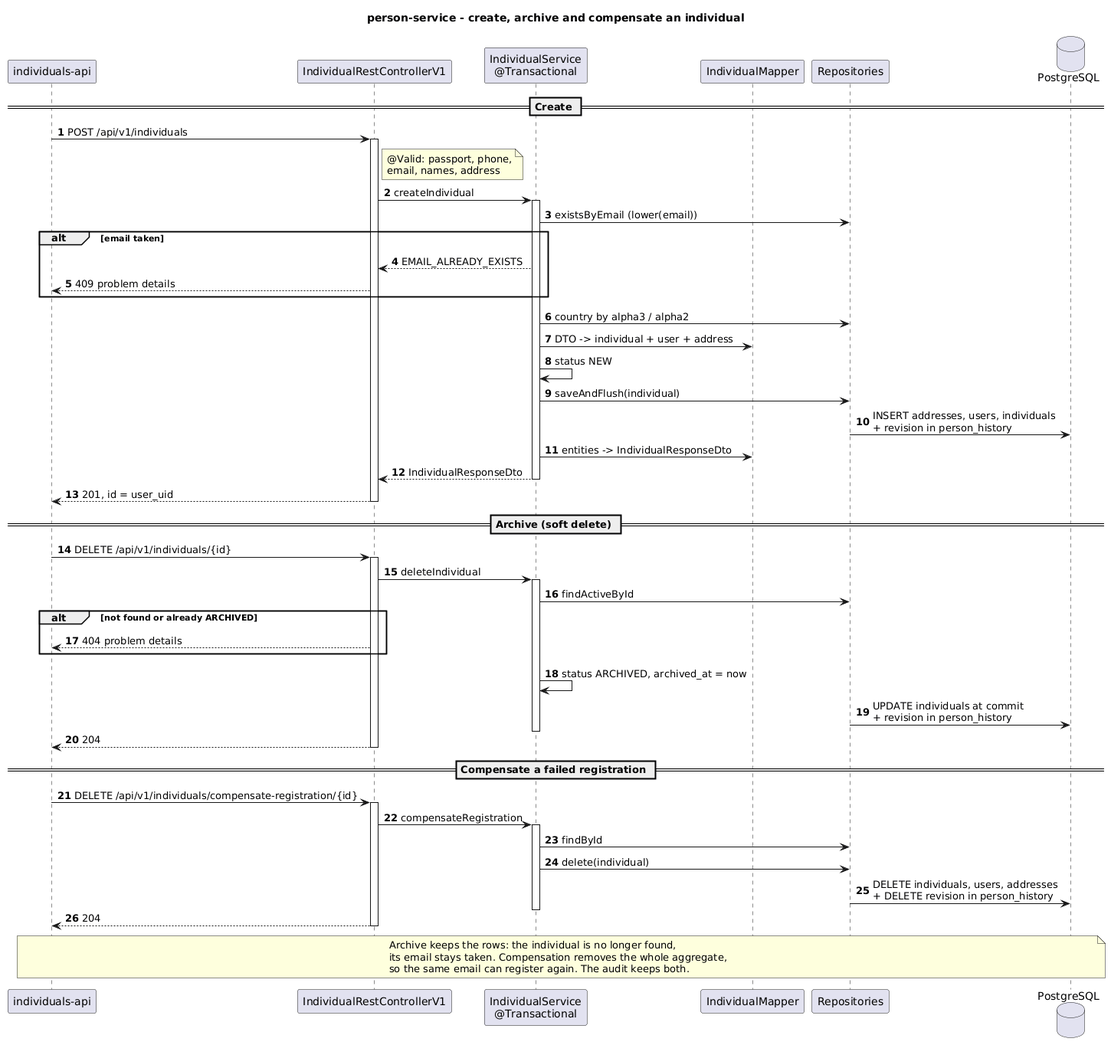
Above: person-service/diagrams-c4/png/en/sequence.png in dezxxx/payment-platform (PlantUML), before the change.
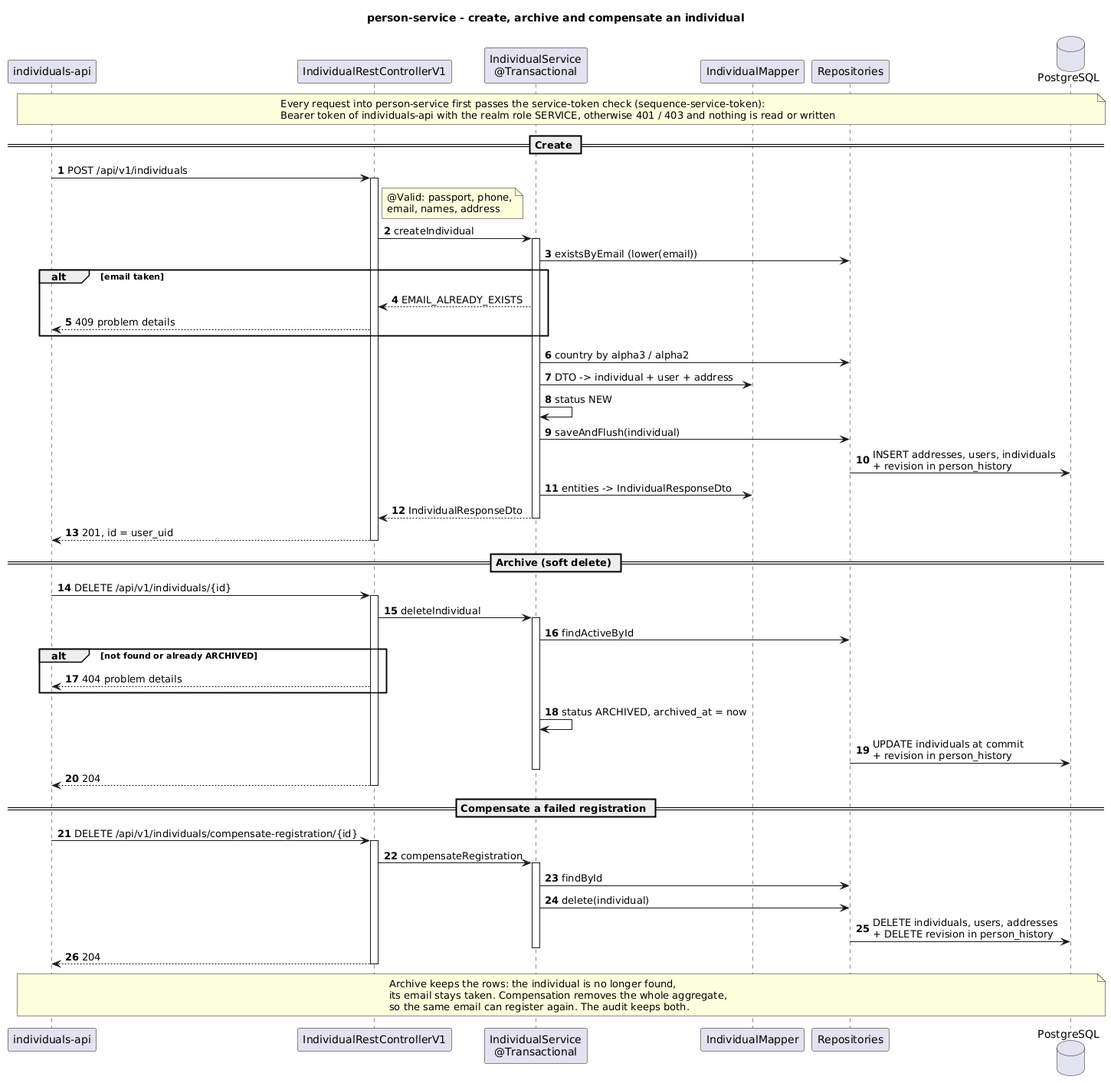
After the commit.

The edit, as a diff of the source:
```diff
@@ -11,6 +11,7 @@
 participant "Repositories" as Repo
 database "PostgreSQL" as DB
 
+note across : Every request into person-service first passes the service-token check (sequence-service-token):\nBearer token of individuals-api with the realm role SERVICE, otherwise 401 / 403 and nothing is read or written
 == Create ==
 IA -> Ctl : POST /api/v1/individuals
 activate Ctl
```
